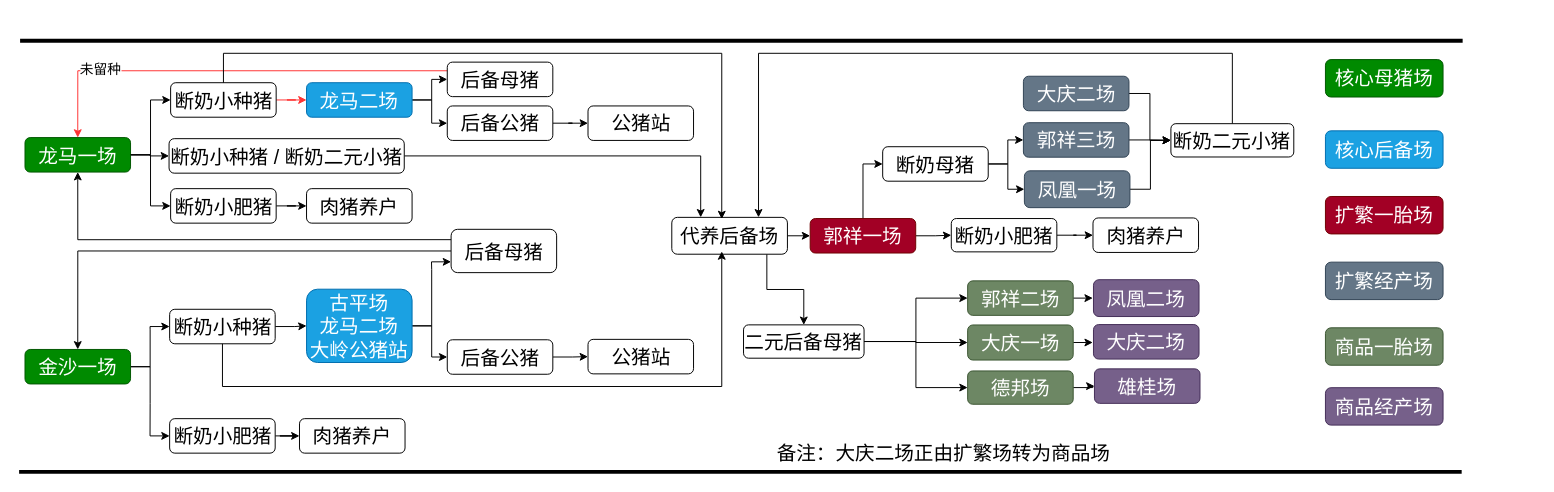
Above: 体系规划.drawio in tony2015116/flowchart (draw.io), before the change. Source tidied: cells renumbered, new cells numbered last; positions are measured from the earlier drawing's top-left corner, leaving out a move shared by most shapes. Both pictures are drawn from the tidied source at 98%, with x=0, y=0 at pixel (19, 17).
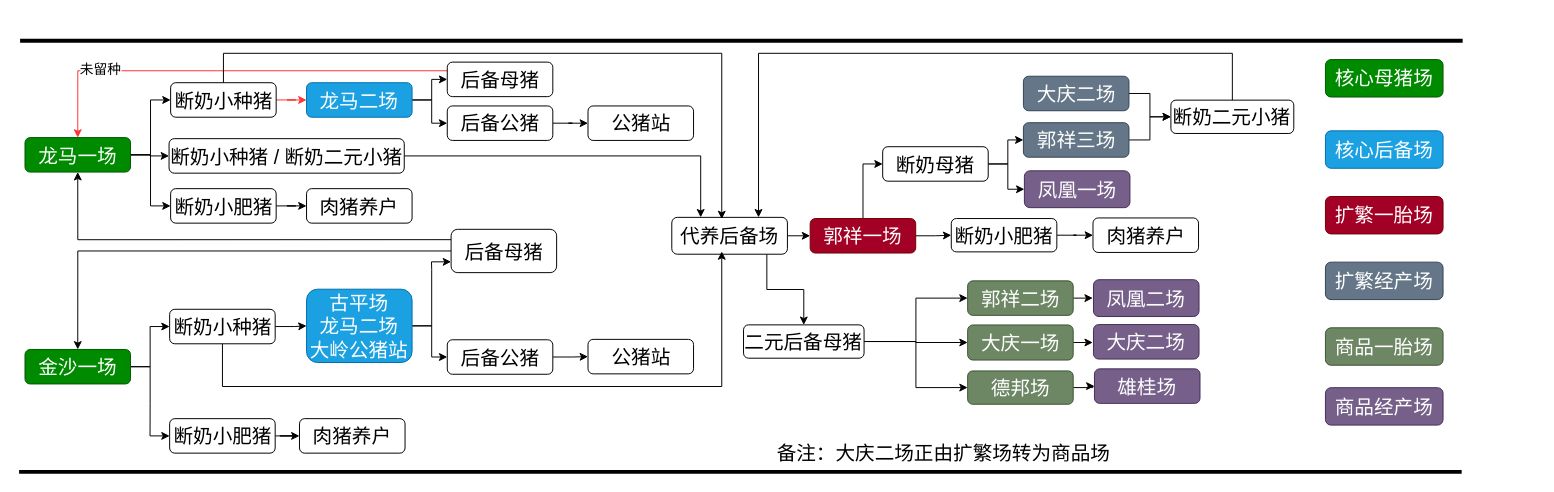
Above is the later version.

Commit message:
更新体系规划8.drawio

Unchanged cells that the change refers to:
```xml
<mxCell id="2" style="group;fontSize=20;" parent="1" vertex="1">
  <mxGeometry x="6" y="-0.1" width="1544" height="451.2" as="geometry" />
</mxCell>
```

Change to the diagram source:
```diff
@@
-    <mxCell id="28" style="edgeStyle=orthogonalEdgeStyle;rounded=0;jettySize=auto;html=1;entryX=0;entryY=0.5;entryDx=0;entryDy=0;" parent="2" edge="1" source="29" target="66">
-      <mxGeometry relative="1" as="geometry" />
-    </mxCell>
-    <mxCell id="29" value="凤凰一场" style="rounded=1;whiteSpace=wrap;html=1;fontSize=20;fillColor=#647687;fontColor=#ffffff;strokeColor=#314354;" parent="2" vertex="1">
+    <mxCell id="29" value="凤凰一场" style="rounded=1;whiteSpace=wrap;html=1;fontSize=20;fillColor=#76608a;fontColor=#ffffff;strokeColor=#432D57;" parent="2" vertex="1">
       <mxGeometry x="1019.8" y="156.9" width="107.7" height="37.6" as="geometry" />
     </mxCell>
@@
     <mxCell id="66" value="断奶二元小猪" style="rounded=1;whiteSpace=wrap;html=1;fontSize=20;" parent="2" vertex="1">
-      <mxGeometry x="1169.3" y="108.8" width="125.4" height="34" as="geometry" />
+      <mxGeometry x="1169.3" y="84.8" width="125.4" height="34" as="geometry" />
     </mxCell>
```
